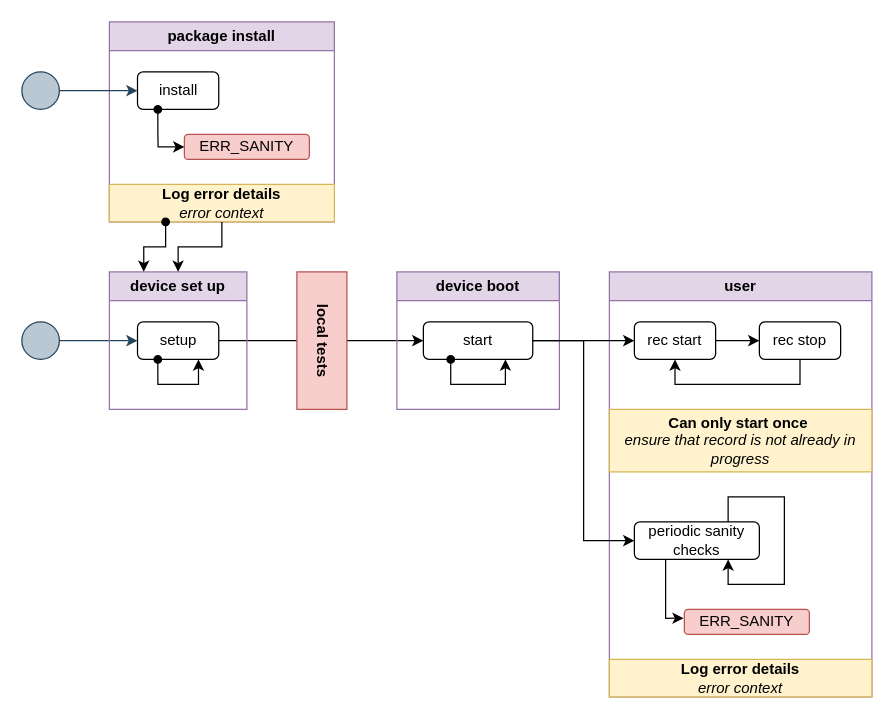
This is page "system-behavior" (1 of 5) of docs/arch/arch.drawio from repeact/embedded-sw, a draw.io file, before an edit. Source tidied: cells renumbered, new cells numbered last; positions are measured from the earlier drawing's top-left corner, leaving out a move shared by most shapes. Both pictures are drawn from the tidied source at 125%, with x=0, y=0 at pixel (21, 21).
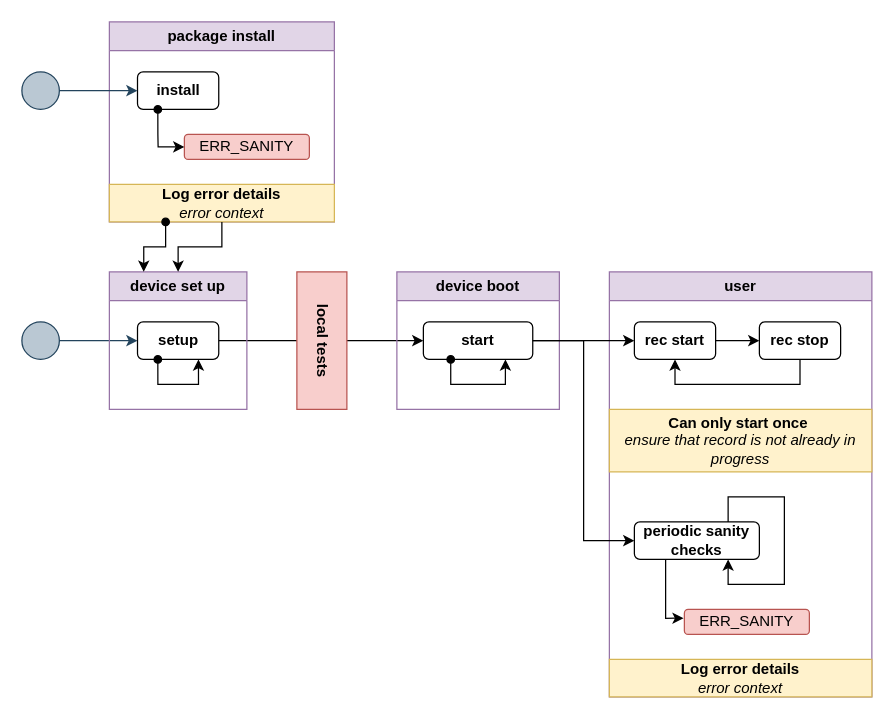
The same diagram, later.

The change refers to these unchanged cells:
```xml
<mxCell id="6" value="device set up" style="swimlane;whiteSpace=wrap;html=1;fillColor=#e1d5e7;strokeColor=#9673a6;" parent="1" vertex="1">
  <mxGeometry x="70" y="200" width="110" height="110" as="geometry" />
</mxCell>
<mxCell id="9" value="device boot" style="swimlane;whiteSpace=wrap;html=1;fillColor=#e1d5e7;strokeColor=#9673a6;" parent="1" vertex="1">
  <mxGeometry x="300" y="200" width="130" height="110" as="geometry" />
</mxCell>
<mxCell id="12" value="user" style="swimlane;whiteSpace=wrap;html=1;fillColor=#e1d5e7;strokeColor=#9673a6;" parent="1" vertex="1">
  <mxGeometry x="470" y="200" width="210" height="340" as="geometry" />
</mxCell>
<mxCell id="25" value="package install" style="swimlane;whiteSpace=wrap;html=1;fillColor=#e1d5e7;strokeColor=#9673a6;" parent="1" vertex="1">
  <mxGeometry x="70" width="180" height="160" as="geometry" />
</mxCell>
```

Change to the diagram source:
```diff
@@
-    <mxCell id="7" value="setup" style="rounded=1;whiteSpace=wrap;html=1;" parent="6" vertex="1">
+    <mxCell id="7" value="setup" style="rounded=1;whiteSpace=wrap;html=1;fontStyle=1;" parent="6" vertex="1">
       <mxGeometry x="22.5" y="40" width="65" height="30" as="geometry" />
     </mxCell>
@@
-    <mxCell id="10" value="start" style="rounded=1;whiteSpace=wrap;html=1;" parent="9" vertex="1">
+    <mxCell id="10" value="start" style="rounded=1;whiteSpace=wrap;html=1;fontStyle=1;" parent="9" vertex="1">
       <mxGeometry x="21.2" y="40" width="87.5" height="30" as="geometry" />
     </mxCell>
@@
-    <mxCell id="13" value="rec start" style="rounded=1;whiteSpace=wrap;html=1;" parent="12" vertex="1">
+    <mxCell id="13" value="rec start" style="rounded=1;whiteSpace=wrap;html=1;fontStyle=1;" parent="12" vertex="1">
       <mxGeometry x="20" y="40" width="65" height="30" as="geometry" />
     </mxCell>
-    <mxCell id="14" value="rec stop" style="rounded=1;whiteSpace=wrap;html=1;" parent="12" vertex="1">
+    <mxCell id="14" value="rec stop" style="rounded=1;whiteSpace=wrap;html=1;fontStyle=1;" parent="12" vertex="1">
       <mxGeometry x="120" y="40" width="65" height="30" as="geometry" />
     </mxCell>
@@
-    <mxCell id="18" value="periodic sanity checks" style="rounded=1;whiteSpace=wrap;html=1;" parent="12" vertex="1">
+    <mxCell id="18" value="periodic sanity checks" style="rounded=1;whiteSpace=wrap;html=1;fontStyle=1;" parent="12" vertex="1">
       <mxGeometry x="20" y="200" width="100" height="30" as="geometry" />
     </mxCell>
@@
-    <mxCell id="26" value="install" style="rounded=1;whiteSpace=wrap;html=1;" parent="25" vertex="1">
+    <mxCell id="26" value="install" style="rounded=1;whiteSpace=wrap;html=1;fontStyle=1;" parent="25" vertex="1">
       <mxGeometry x="22.5" y="40" width="65" height="30" as="geometry" />
     </mxCell>
```
